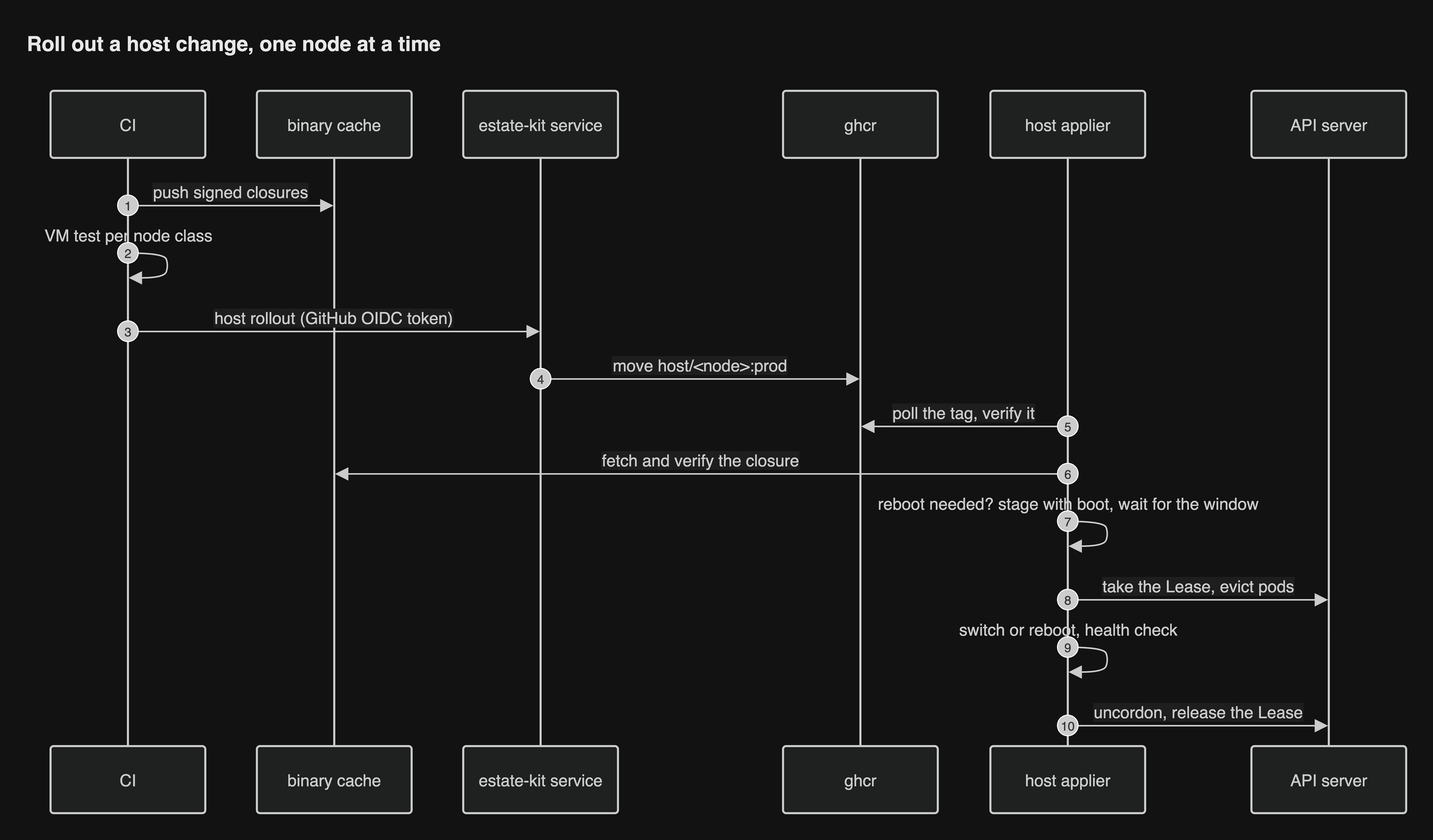
Above: docs/diagrams/png/seq-host-rollout.png in JorisJonkers-dev/estate-kit (draw.io), before the change. Source tidied: cells renumbered, new cells last; positions are measured from the earlier drawing's top-left corner, leaving out a move shared by most shapes.
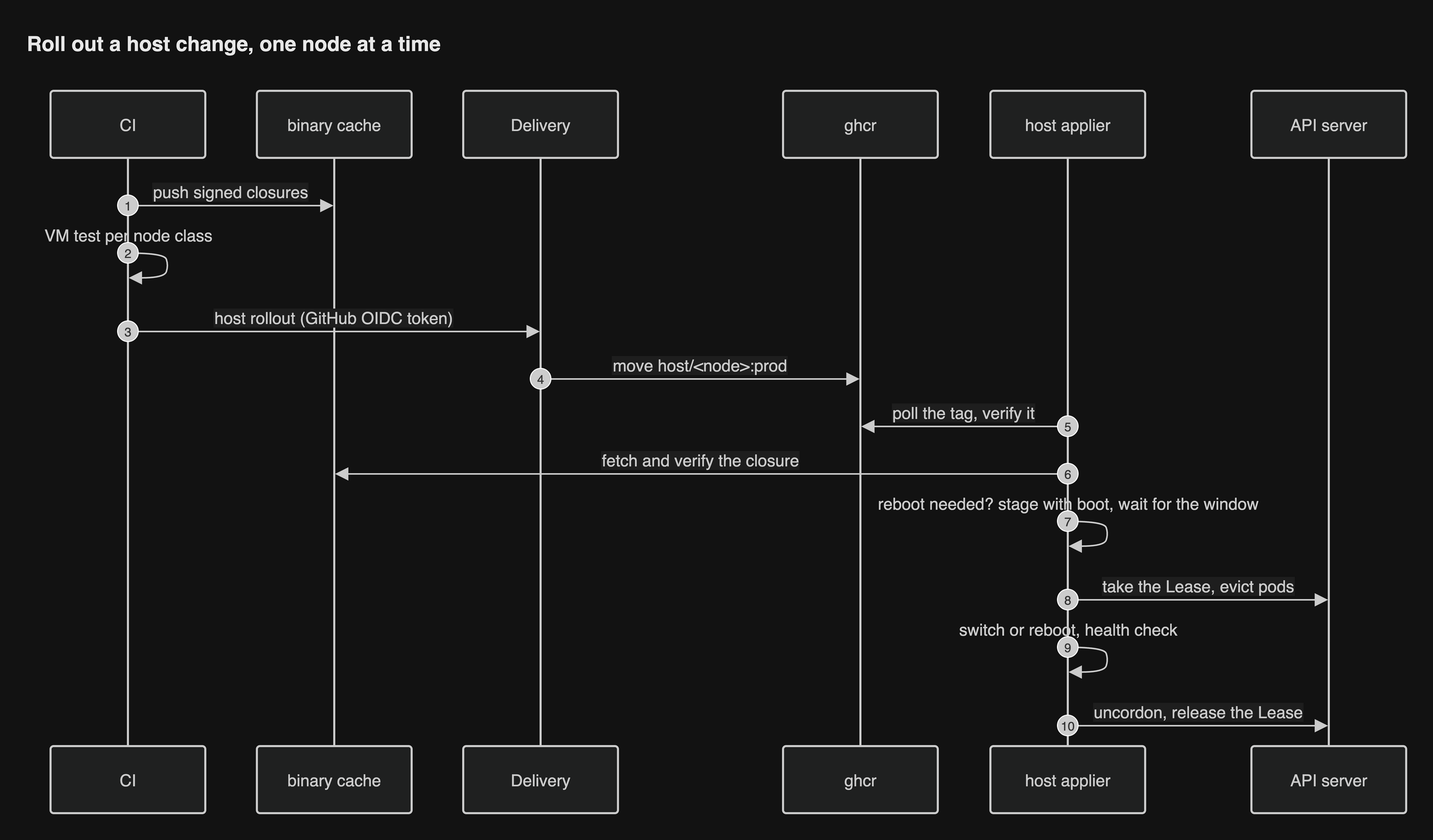
After the commit.

Diff of the diagram source:
```diff
@@ -8,7 +8,7 @@
     <mxCell id="3" value="binary cache" style="html=1;shape=umlLifeline;perimeter=lifelinePerimeter;whiteSpace=wrap;outlineConnect=0;portConstraint=eastwest;newEdgeStyle={&quot;edgeStyle&quot;:&quot;sequenceEdgeStyle&quot;,&quot;libavoidRouting&quot;:0,&quot;curved&quot;:0,&quot;rounded&quot;:0};lifelineDashed=0;strokeWidth=2;rounded=1;absoluteArcSize=1;arcSize=6;lifelineColor=light-dark(#9370DB,#cccccc);size=65;lifelineMirror=1;fillColor=light-dark(#ECECFF,#1f2020);strokeColor=light-dark(#9370DB,#cccccc);fontColor=light-dark(#333333,#cccccc);fontSize=16;fontFamily=Helvetica;" parent="1" vertex="1">
       <mxGeometry x="225" y="64" width="150" height="700" as="geometry" />
     </mxCell>
-    <mxCell id="4" value="estate-kit service" style="html=1;shape=umlLifeline;perimeter=lifelinePerimeter;whiteSpace=wrap;outlineConnect=0;portConstraint=eastwest;newEdgeStyle={&quot;edgeStyle&quot;:&quot;sequenceEdgeStyle&quot;,&quot;libavoidRouting&quot;:0,&quot;curved&quot;:0,&quot;rounded&quot;:0};lifelineDashed=0;strokeWidth=2;rounded=1;absoluteArcSize=1;arcSize=6;lifelineColor=light-dark(#9370DB,#cccccc);size=65;lifelineMirror=1;fillColor=light-dark(#ECECFF,#1f2020);strokeColor=light-dark(#9370DB,#cccccc);fontColor=light-dark(#333333,#cccccc);fontSize=16;fontFamily=Helvetica;" parent="1" vertex="1">
+    <mxCell id="4" value="Delivery" style="html=1;shape=umlLifeline;perimeter=lifelinePerimeter;whiteSpace=wrap;outlineConnect=0;portConstraint=eastwest;newEdgeStyle={&quot;edgeStyle&quot;:&quot;sequenceEdgeStyle&quot;,&quot;libavoidRouting&quot;:0,&quot;curved&quot;:0,&quot;rounded&quot;:0};lifelineDashed=0;strokeWidth=2;rounded=1;absoluteArcSize=1;arcSize=6;lifelineColor=light-dark(#9370DB,#cccccc);size=65;lifelineMirror=1;fillColor=light-dark(#ECECFF,#1f2020);strokeColor=light-dark(#9370DB,#cccccc);fontColor=light-dark(#333333,#cccccc);fontSize=16;fontFamily=Helvetica;" parent="1" vertex="1">
       <mxGeometry x="425" y="64" width="150" height="700" as="geometry" />
     </mxCell>
     <mxCell id="5" value="ghcr" style="html=1;shape=umlLifeline;perimeter=lifelinePerimeter;whiteSpace=wrap;outlineConnect=0;portConstraint=eastwest;newEdgeStyle={&quot;edgeStyle&quot;:&quot;sequenceEdgeStyle&quot;,&quot;libavoidRouting&quot;:0,&quot;curved&quot;:0,&quot;rounded&quot;:0};lifelineDashed=0;strokeWidth=2;rounded=1;absoluteArcSize=1;arcSize=6;lifelineColor=light-dark(#9370DB,#cccccc);size=65;lifelineMirror=1;fillColor=light-dark(#ECECFF,#1f2020);strokeColor=light-dark(#9370DB,#cccccc);fontColor=light-dark(#333333,#cccccc);fontSize=16;fontFamily=Helvetica;" parent="1" vertex="1">
```
